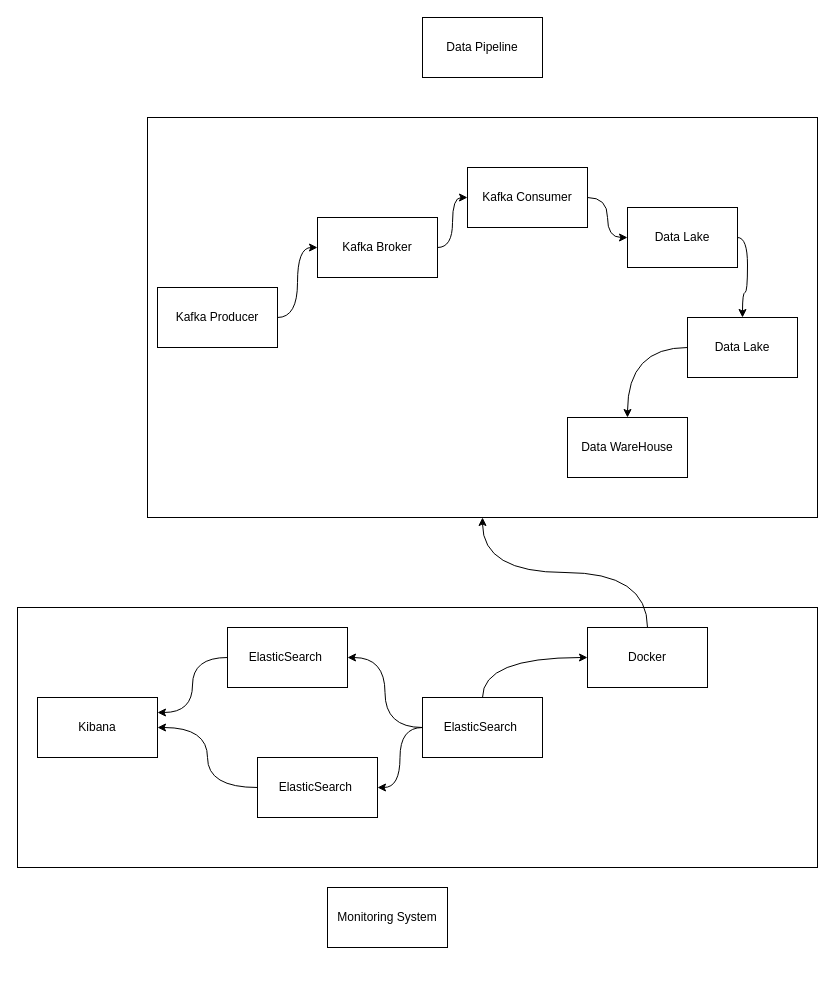
Above: assets/archi.drawio in amineelgardoum-rgb/Stocks_streaming_etl_pipline (draw.io), before the change. Source tidied: cells renumbered, new cells numbered last; positions are measured from the earlier drawing's top-left corner, leaving out a move shared by most shapes. Both pictures are drawn from the tidied source at 100%, with x=0, y=0 at pixel (17, 17).
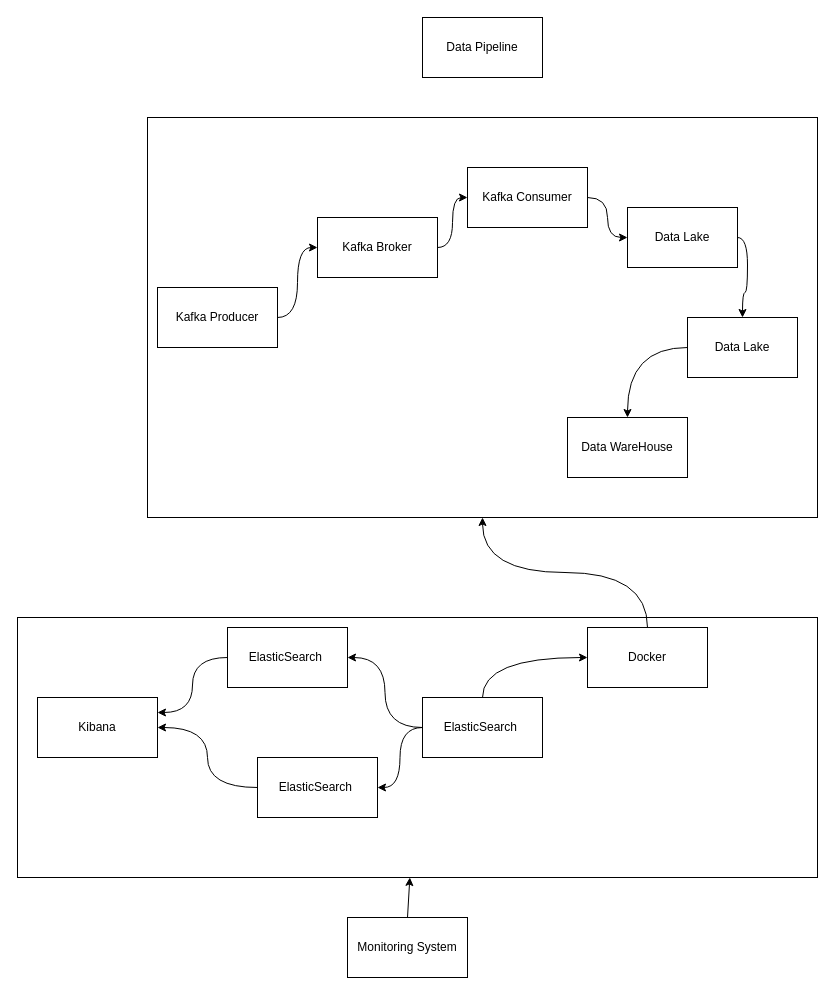
Above is the later version.

The edit, as a diff of the source:
```diff
@@
     <mxCell id="2" style="rounded=0;whiteSpace=wrap;html=1;" parent="1" vertex="1">
-      <mxGeometry y="590" width="800" height="260" as="geometry" />
+      <mxGeometry y="600" width="800" height="260" as="geometry" />
     </mxCell>
@@
+    <mxCell id="28" style="edgeStyle=none;html=1;exitX=0.5;exitY=0;exitDx=0;exitDy=0;" parent="1" edge="1" source="26" target="2">
+      <mxGeometry relative="1" as="geometry" />
+    </mxCell>
     <mxCell id="26" value="Monitoring System" style="rounded=0;whiteSpace=wrap;html=1;" parent="1" vertex="1">
-      <mxGeometry x="310" y="870" width="120" height="60" as="geometry" />
+      <mxGeometry x="330" y="900" width="120" height="60" as="geometry" />
     </mxCell>
```
